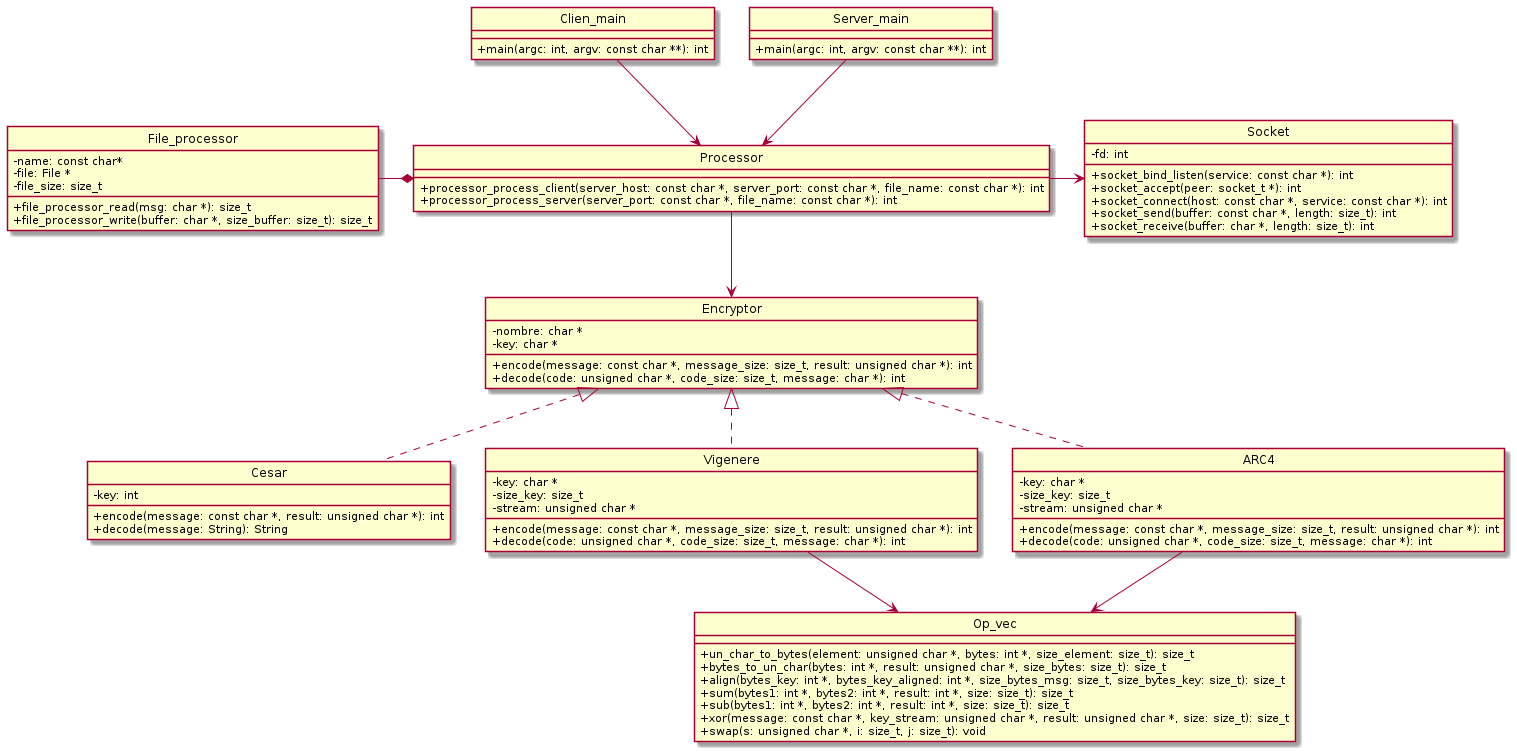
Above: Diagramas/Png/DC.png in Alex1161/tp1 (PlantUML), before the change. The source it was exported from:
```plantuml
@startuml DC general
hide circles
skinparam ClassAttributeIconSize 0
hide interface fields

Class Cesar{
    -key: int
    +encode(message: const char *, result: unsigned char *): int
    +decode(message: String): String
}

Class Vigenere{
    -key: char *
    -size_key: size_t
    -stream: unsigned char *
    +encode(message: const char *, message_size: size_t, result: unsigned char *): int
    +decode(code: unsigned char *, code_size: size_t, message: char *): int
}

Class ARC4{
    -key: char *
    -size_key: size_t
    -stream: unsigned char *
    +encode(message: const char *, message_size: size_t, result: unsigned char *): int
    +decode(code: unsigned char *, code_size: size_t, message: char *): int
}

Class Encryptor{
    -nombre: char *
    -key: char *
    +encode(message: const char *, message_size: size_t, result: unsigned char *): int
    +decode(code: unsigned char *, code_size: size_t, message: char *): int
}

Class Socket{
    -fd: int
    +socket_bind_listen(service: const char *): int
    +socket_accept(peer: socket_t *): int
    +socket_connect(host: const char *, service: const char *): int
    +socket_send(buffer: const char *, length: size_t): int
    +socket_receive(buffer: char *, length: size_t): int
}

Class File_processor{
    -name: const char*
    -file: File *
    -file_size: size_t
    +file_processor_read(msg: char *): size_t
    +file_processor_write(buffer: char *, size_buffer: size_t): size_t
}

class Processor{
    +processor_process_client(server_host: const char *, server_port: const char *, file_name: const char *): int
    +processor_process_server(server_port: const char *, file_name: const char *): int
}

Class Op_vec{
    +un_char_to_bytes(element: unsigned char *, bytes: int *, size_element: size_t): size_t
    +bytes_to_un_char(bytes: int *, result: unsigned char *, size_bytes: size_t): size_t
    +align(bytes_key: int *, bytes_key_aligned: int *, size_bytes_msg: size_t, size_bytes_key: size_t): size_t
    +sum(bytes1: int *, bytes2: int *, result: int *, size: size_t): size_t
    +sub(bytes1: int *, bytes2: int *, result: int *, size: size_t): size_t
    +xor(message: const char *, key_stream: unsigned char *, result: unsigned char *, size: size_t): size_t
    +swap(s: unsigned char *, i: size_t, j: size_t): void
}

Class Clien_main{
    +main(argc: int, argv: const char **): int
}

Class Server_main{
    +main(argc: int, argv: const char **): int
}

Cesar .up.|> Encryptor
Vigenere .up.|> Encryptor
ARC4 .up.|> Encryptor
Processor *-left- File_processor
Processor -right-> Socket
Processor -down-> Encryptor
Vigenere -down-> Op_vec
ARC4 -down-> Op_vec
Clien_main --> Processor
Server_main --> Processor

@enduml
```
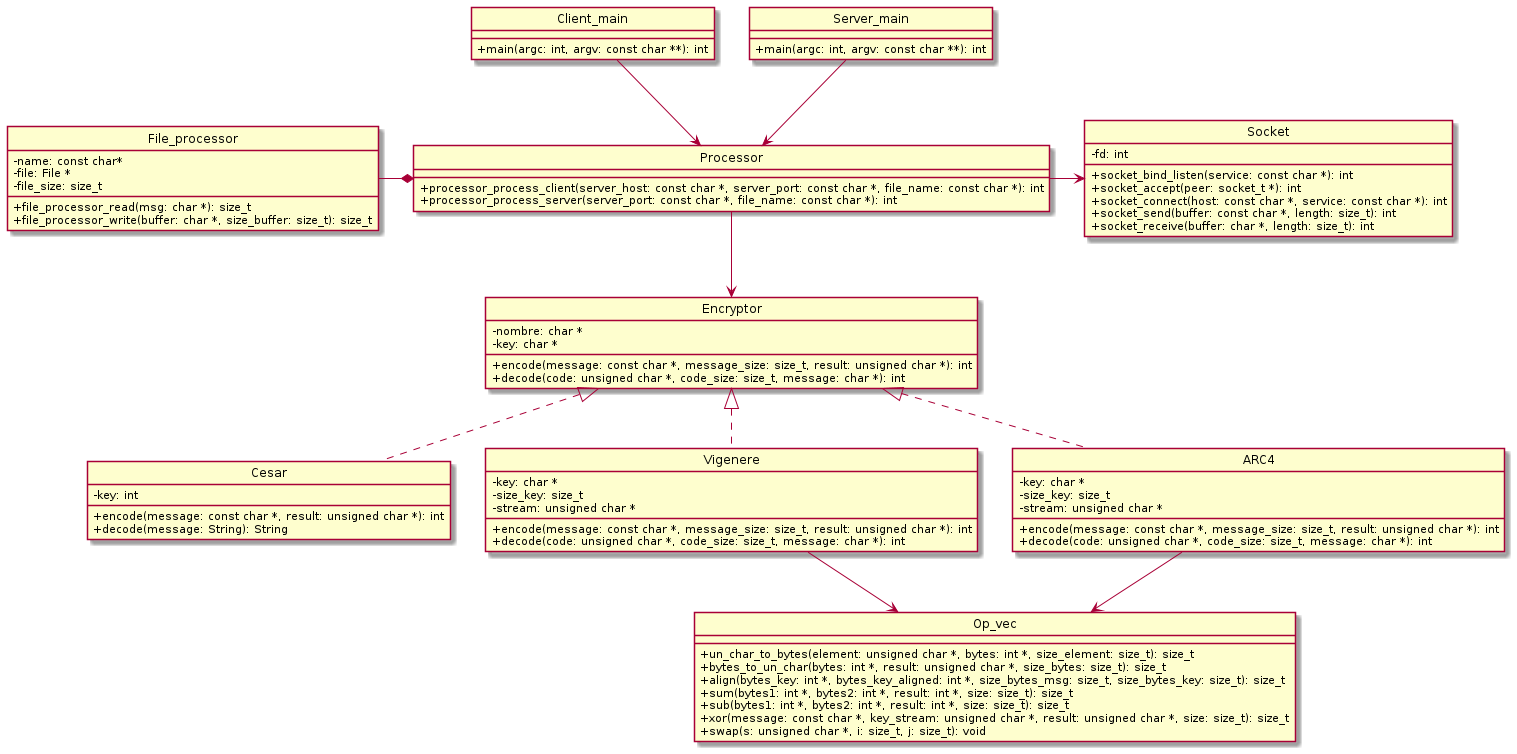
Later version of the same file.

The edit, as a diff of the source:
```diff
@@ -1,4 +1,4 @@
-@startuml DC general
+@startuml DC
 hide circles
 skinparam ClassAttributeIconSize 0
 hide interface fields
@@ -64,7 +64,7 @@
     +swap(s: unsigned char *, i: size_t, j: size_t): void
 }
 
-Class Clien_main{
+Class Client_main{
     +main(argc: int, argv: const char **): int
 }
 
@@ -80,7 +80,7 @@
 Processor -down-> Encryptor
 Vigenere -down-> Op_vec
 ARC4 -down-> Op_vec
-Clien_main --> Processor
+Client_main --> Processor
 Server_main --> Processor
 
 @enduml
```
